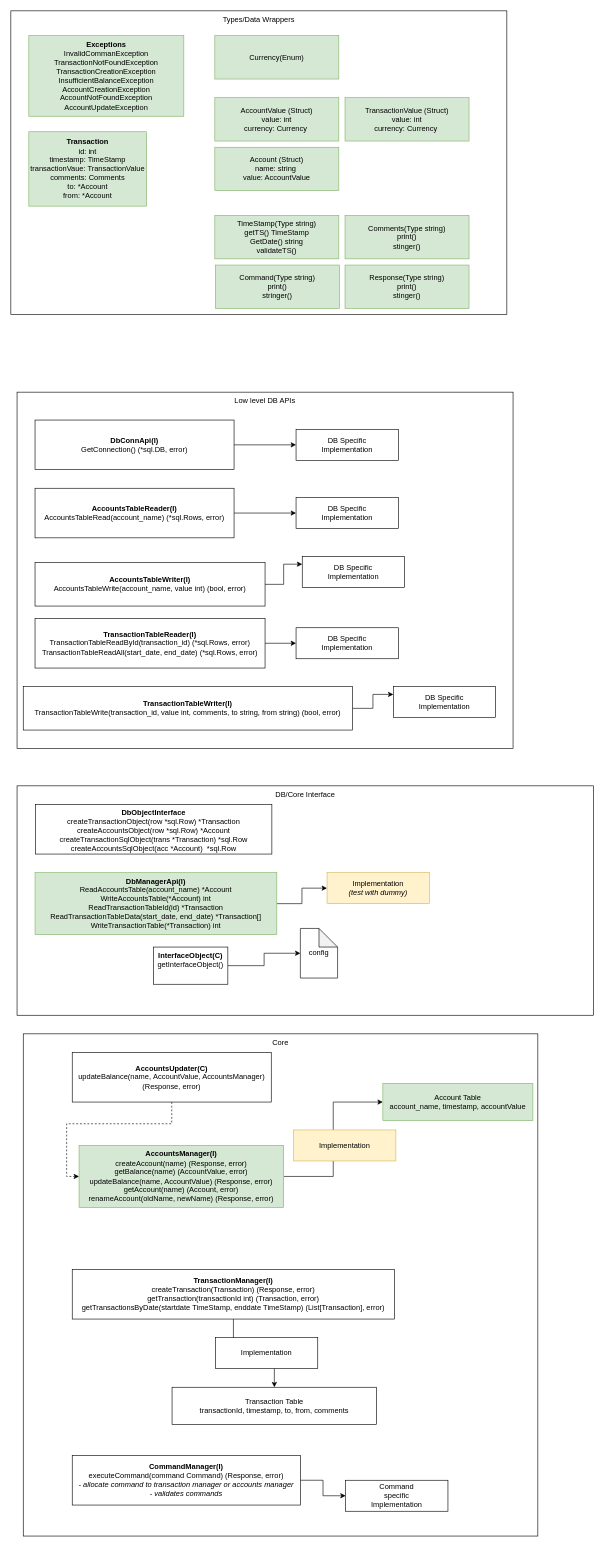
The draw.io diagram page "LLD" (2 of 3) of architecture/personal_finance_utility.drawio in pogo420/persofin, before the edit. Source tidied: cells renumbered, new cells numbered last; positions are measured from the earlier drawing's top-left corner, leaving out a move shared by most shapes. Both pictures are drawn from the tidied source at 62%, with x=0, y=0 at pixel (11, 11).
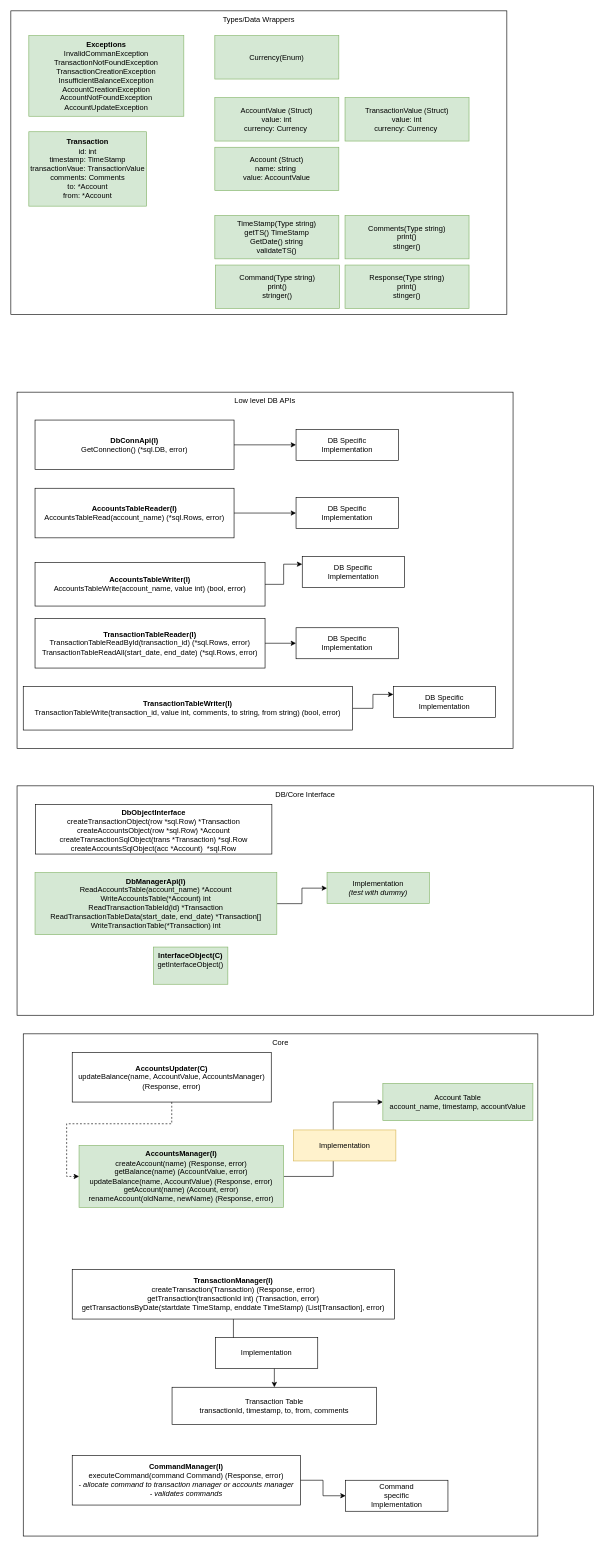
Above is the later version.

What changed in the source:
```diff
@@
-    <mxCell id="47" style="edgeStyle=orthogonalEdgeStyle;rounded=0;jettySize=auto;html=1;entryX=0;entryY=0.5;entryDx=0;entryDy=0;entryPerimeter=0;" parent="1" edge="1" source="48" target="50">
-      <mxGeometry relative="1" as="geometry" />
-    </mxCell>
-    <mxCell id="48" value="&lt;b&gt;InterfaceObject(C)&lt;br&gt;&lt;/b&gt;getInterfaceObject()" style="rounded=0;whiteSpace=wrap;html=1;verticalAlign=top;" parent="1" vertex="1">
+    <mxCell id="48" value="&lt;b&gt;InterfaceObject(C)&lt;br&gt;&lt;/b&gt;getInterfaceObject()" style="rounded=0;whiteSpace=wrap;html=1;verticalAlign=top;fillColor=#d5e8d4;strokeColor=#82b366;" parent="1" vertex="1">
       <mxGeometry x="230" y="1510" width="120" height="60" as="geometry" />
     </mxCell>
-    <mxCell id="49" value="&lt;span style=&quot;font-weight: normal&quot;&gt;Implementation&lt;br&gt;&lt;i&gt;(test with dummy)&lt;/i&gt;&lt;br&gt;&lt;/span&gt;" style="rounded=0;whiteSpace=wrap;html=1;fontStyle=1;fillColor=#fff2cc;strokeColor=#d6b656;" parent="1" vertex="1">
+    <mxCell id="49" value="&lt;span style=&quot;font-weight: normal&quot;&gt;Implementation&lt;br&gt;&lt;i&gt;(test with dummy)&lt;/i&gt;&lt;br&gt;&lt;/span&gt;" style="rounded=0;whiteSpace=wrap;html=1;fontStyle=1;fillColor=#d5e8d4;strokeColor=#82b366;" parent="1" vertex="1">
       <mxGeometry x="510" y="1390" width="165" height="50" as="geometry" />
     </mxCell>
-    <mxCell id="50" value="config" style="shape=note;whiteSpace=wrap;html=1;backgroundOutline=1;darkOpacity=0.05;" parent="1" vertex="1">
-      <mxGeometry x="467" y="1480" width="60" height="80" as="geometry" />
-    </mxCell>
```
